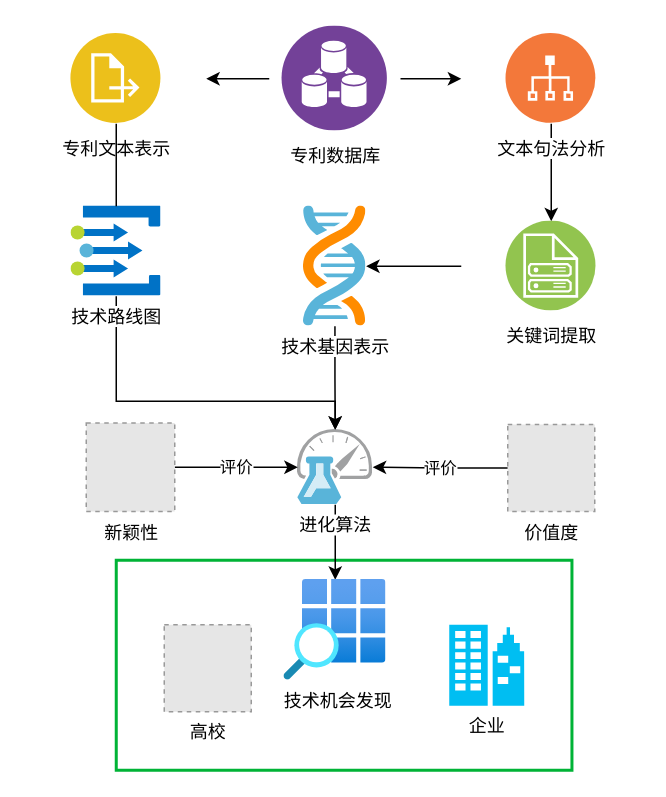
Earlier version of the draw.io diagram Untitled Diagram.drawio (zhangler1/acwing). Source tidied: cells renumbered, new cells numbered last; positions are measured from the earlier drawing's top-left corner, leaving out a move shared by most shapes. Both pictures are drawn from the tidied source at 150%, with x=0, y=0 at pixel (26, 26). Pictures stored in the file or linked from it are replaced by grey dashed boxes.
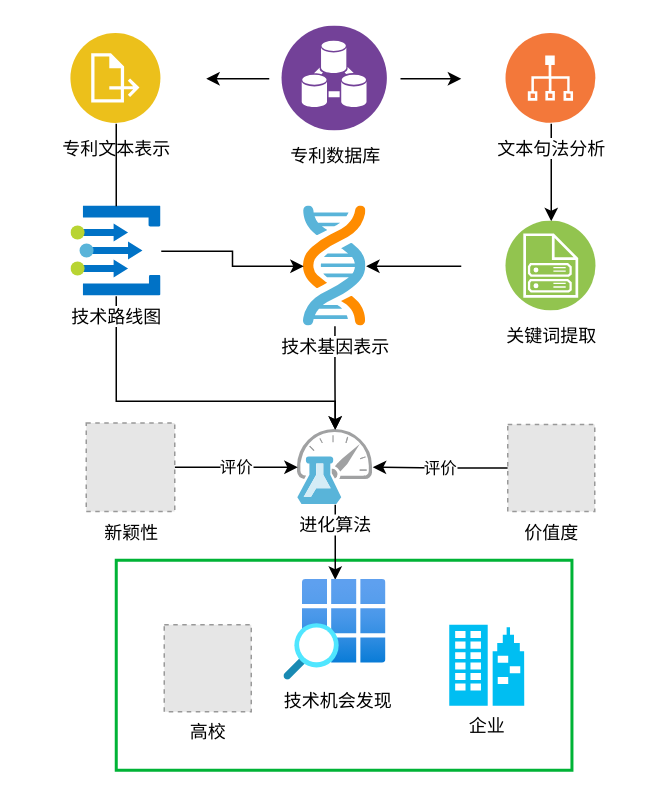
The same page after the edit.

Commit message (it also covers changes not shown here):
论文框架图

Unchanged cells that the change refers to:
```xml
<mxCell id="12" value="技术基因表示" style="sketch=0;html=1;points=[];align=center;image;fontSize=12;image=img/lib/mscae/Genomics_Accounts.svg;" parent="1" vertex="1">
  <mxGeometry x="185" y="120" width="41.6" height="80" as="geometry" />
</mxCell>
<mxCell id="23" value="技术路线图" style="sketch=0;html=1;points=[];align=center;image;fontSize=12;image=img/lib/mscae/Event_Grid_Topics.svg;" parent="1" vertex="1">
  <mxGeometry x="30" y="120" width="60" height="60" as="geometry" />
</mxCell>
```

Diff of the diagram source:
```diff
@@
+    <mxCell id="25" style="edgeStyle=orthogonalEdgeStyle;rounded=0;jettySize=auto;html=1;" parent="1" edge="1" source="23" target="12">
+      <mxGeometry relative="1" as="geometry" />
+    </mxCell>
```
